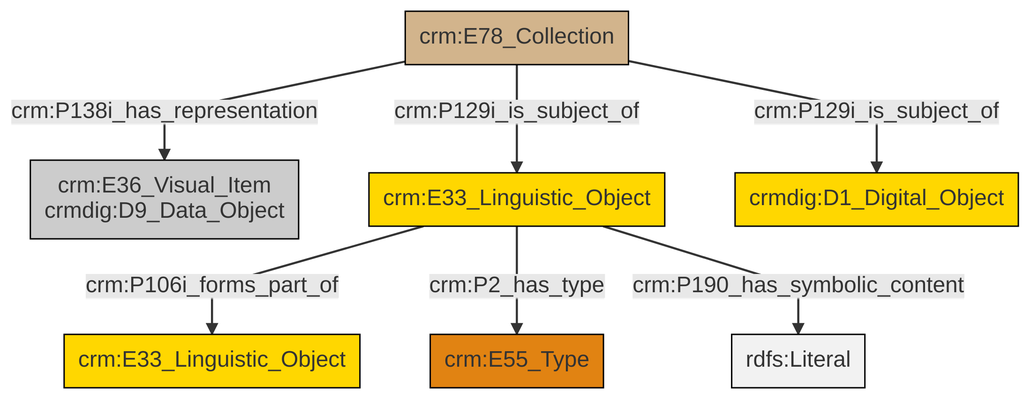
This is et/archivalCSV/ttl/mmd/png/archival_docs.png from swiss-art-research-net/docs.swissartresearch, a Mermaid export, as it was before one commit. Its source is kept beside it as et/archivalCSV/ttl/mmd/archival_docs.ttl.mmd.
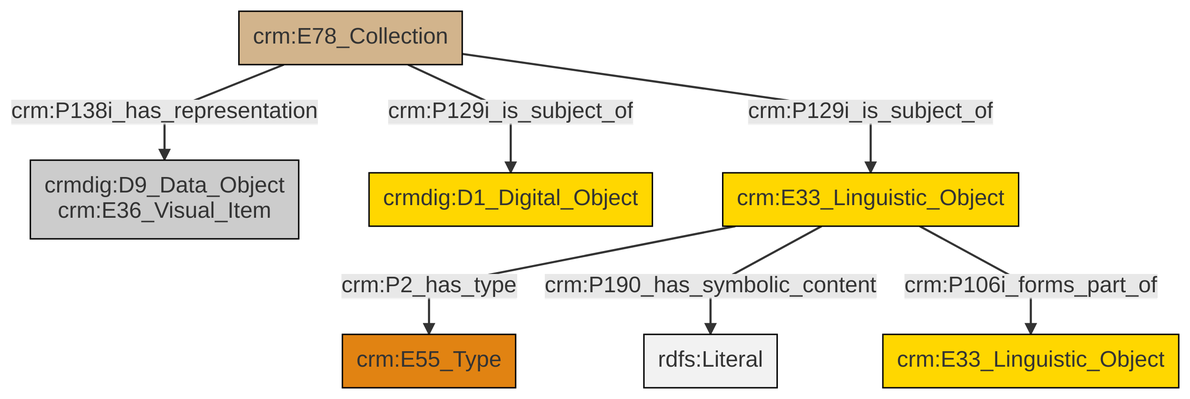
After the commit.

Diff of the diagram source:
```diff
@@ -13,9 +13,9 @@
 classDef PC_Classes fill:#4ce600, stroke:#000000;
 classDef Multi fill:#cccccc,stroke:#000000;
 
-4["crm:E78_Collection"]:::Physical_Thing -->|crm:P129i_is_subject_of| 5["crm:E33_Linguistic_Object"]:::Conceptual_Object
-4["crm:E78_Collection"]:::Physical_Thing -->|crm:P138i_has_representation| 0["crm:E36_Visual_Item<br>crmdig:D9_Data_Object"]:::Multi
-4["crm:E78_Collection"]:::Physical_Thing -->|crm:P129i_is_subject_of| 6["crmdig:D1_Digital_Object"]:::Conceptual_Object
-5["crm:E33_Linguistic_Object"]:::Conceptual_Object -->|crm:P106i_forms_part_of| 7["crm:E33_Linguistic_Object"]:::Conceptual_Object
-5["crm:E33_Linguistic_Object"]:::Conceptual_Object -->|crm:P2_has_type| 2["crm:E55_Type"]:::Type
-5["crm:E33_Linguistic_Object"]:::Conceptual_Object -->|crm:P190_has_symbolic_content| 13[rdfs:Literal]:::Literal
+2["crm:E78_Collection"]:::Physical_Thing -->|crm:P129i_is_subject_of| 3["crmdig:D1_Digital_Object"]:::Conceptual_Object
+2["crm:E78_Collection"]:::Physical_Thing -->|crm:P138i_has_representation| 0["crmdig:D9_Data_Object<br>crm:E36_Visual_Item"]:::Multi
+10["crm:E33_Linguistic_Object"]:::Conceptual_Object -->|crm:P2_has_type| 8["crm:E55_Type"]:::Type
+10["crm:E33_Linguistic_Object"]:::Conceptual_Object -->|crm:P190_has_symbolic_content| 11[rdfs:Literal]:::Literal
+2["crm:E78_Collection"]:::Physical_Thing -->|crm:P129i_is_subject_of| 10["crm:E33_Linguistic_Object"]:::Conceptual_Object
+10["crm:E33_Linguistic_Object"]:::Conceptual_Object -->|crm:P106i_forms_part_of| 5["crm:E33_Linguistic_Object"]:::Conceptual_Object
```
